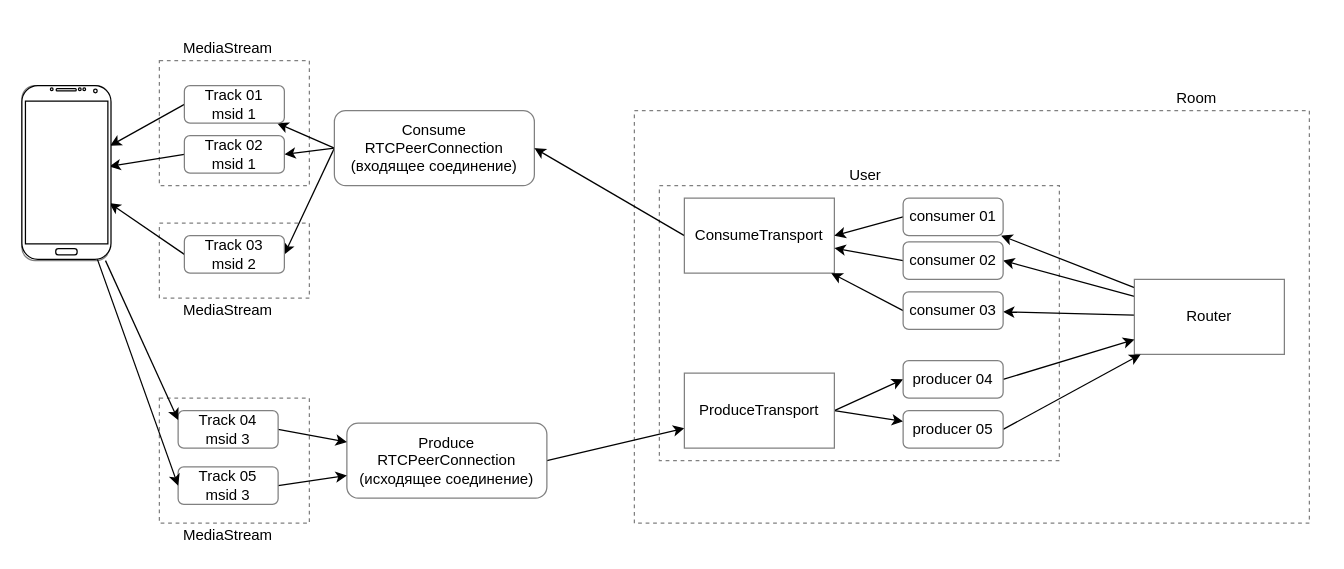
The draw.io diagram page "Схема" (4 of 4) of docs/Диаграммы.drawio in den59k/media-server, before the edit. Source tidied: cells renumbered, new cells numbered last; positions are measured from the earlier drawing's top-left corner, leaving out a move shared by most shapes. Both pictures are drawn from the tidied source at 125%, with x=0, y=0 at pixel (21, 35).
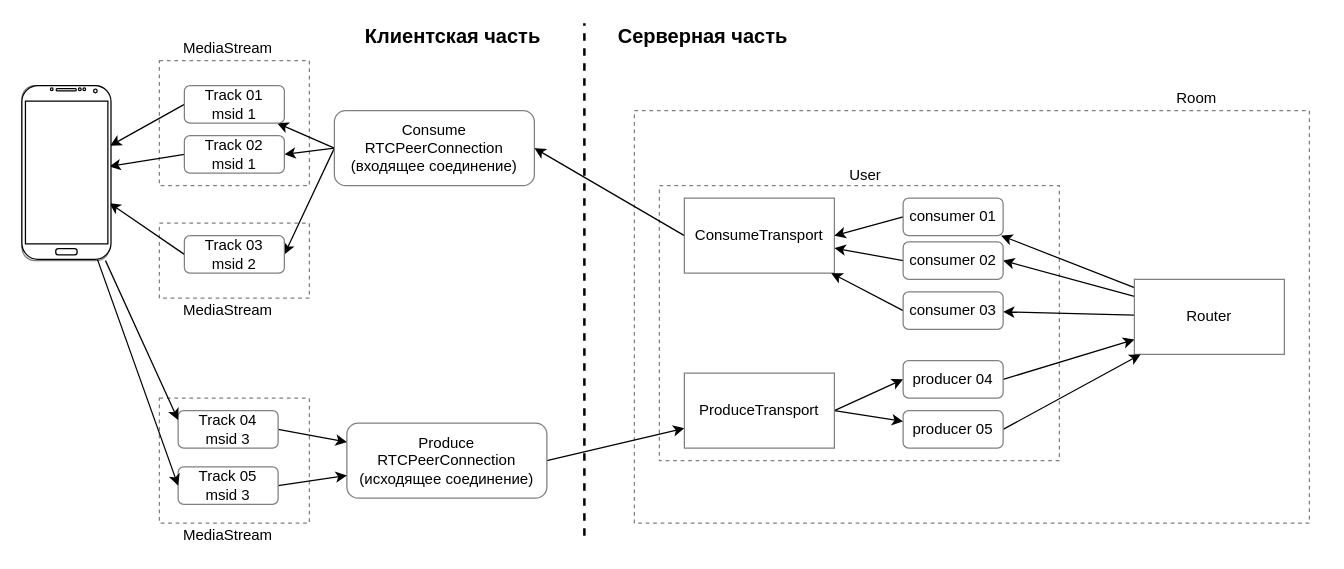
The same page after the edit.

Diff of the diagram source:
```diff
@@
-    <mxCell id="5" style="rounded=0;whiteSpace=wrap;html=1;fontSize=12;strokeColor=#808080;align=center;dashed=1;" parent="1" vertex="1">
+    <mxCell id="5" style="rounded=0;whiteSpace=wrap;html=1;fontSize=12;strokeColor=#808080;align=center;dashed=1;fillColor=none;" parent="1" vertex="1">
       <mxGeometry x="110" y="150" width="120" height="60" as="geometry" />
     </mxCell>
@@
+    <mxCell id="52" style="endArrow=none;html=1;strokeWidth=2;dashed=1;" parent="1" edge="1">
+      <mxGeometry relative="1" as="geometry">
+        <mxPoint x="450" y="400" as="sourcePoint" />
+        <mxPoint x="450" y="-10" as="targetPoint" />
+      </mxGeometry>
+    </mxCell>
+    <mxCell id="53" value="Серверная часть" style="text;html=1;strokeColor=none;fillColor=none;align=center;verticalAlign=middle;whiteSpace=wrap;rounded=0;fontSize=16;fontStyle=1;" parent="1" vertex="1">
+      <mxGeometry x="470" y="-10" width="150" height="20" as="geometry" />
+    </mxCell>
+    <mxCell id="54" value="Клиентская часть" style="text;html=1;strokeColor=none;fillColor=none;align=center;verticalAlign=middle;whiteSpace=wrap;rounded=0;fontSize=16;fontStyle=1;" parent="1" vertex="1">
+      <mxGeometry x="270" y="-10" width="150" height="20" as="geometry" />
+    </mxCell>
```
